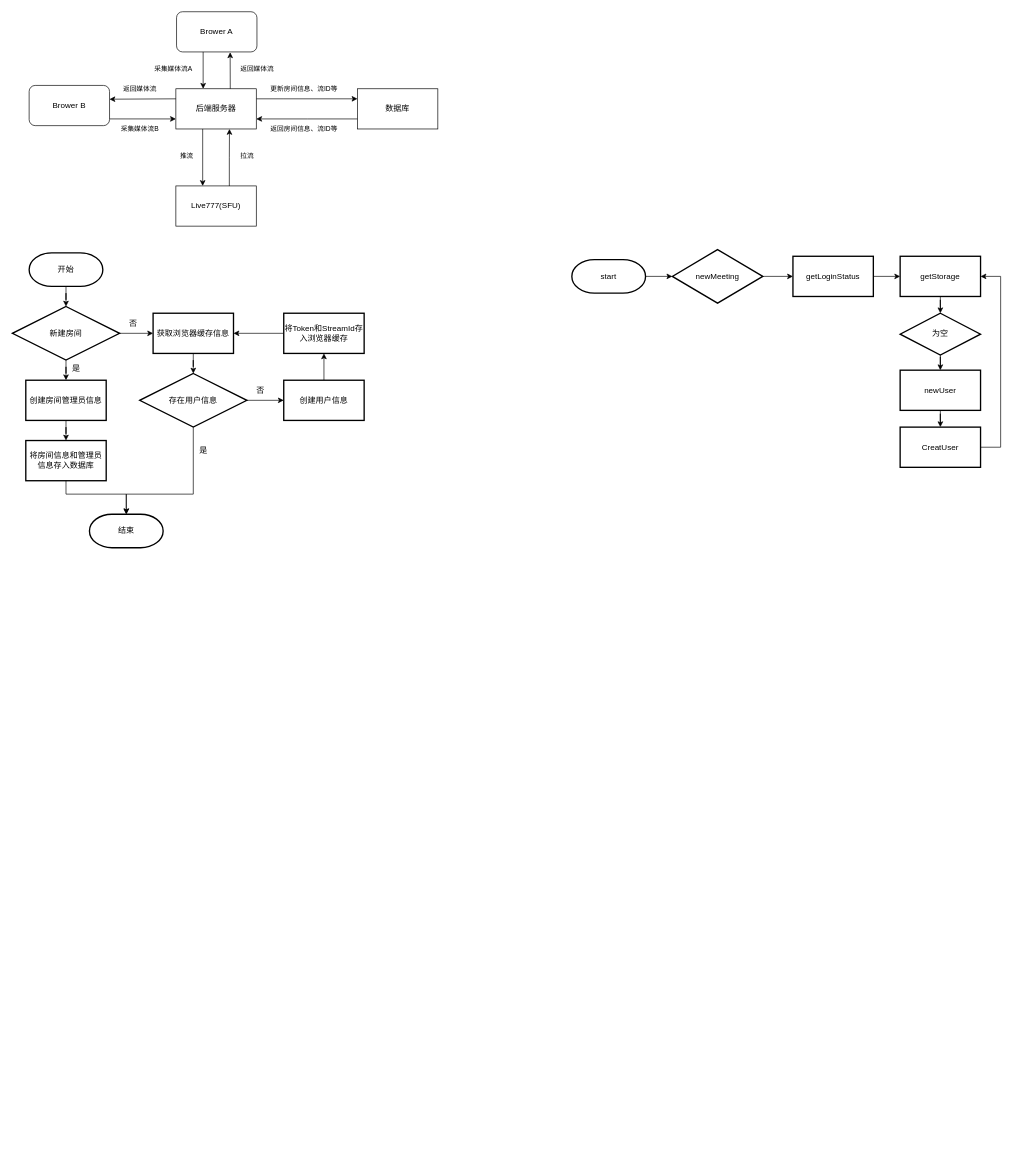
Earlier version of the draw.io diagram webrtc.drawio (xdzqyyds/draw.io). Source tidied: cells renumbered, new cells numbered last; positions are measured from the earlier drawing's top-left corner, leaving out a move shared by most shapes. Both pictures are drawn from the tidied source at 67%, with x=0, y=0 at pixel (12, 11).
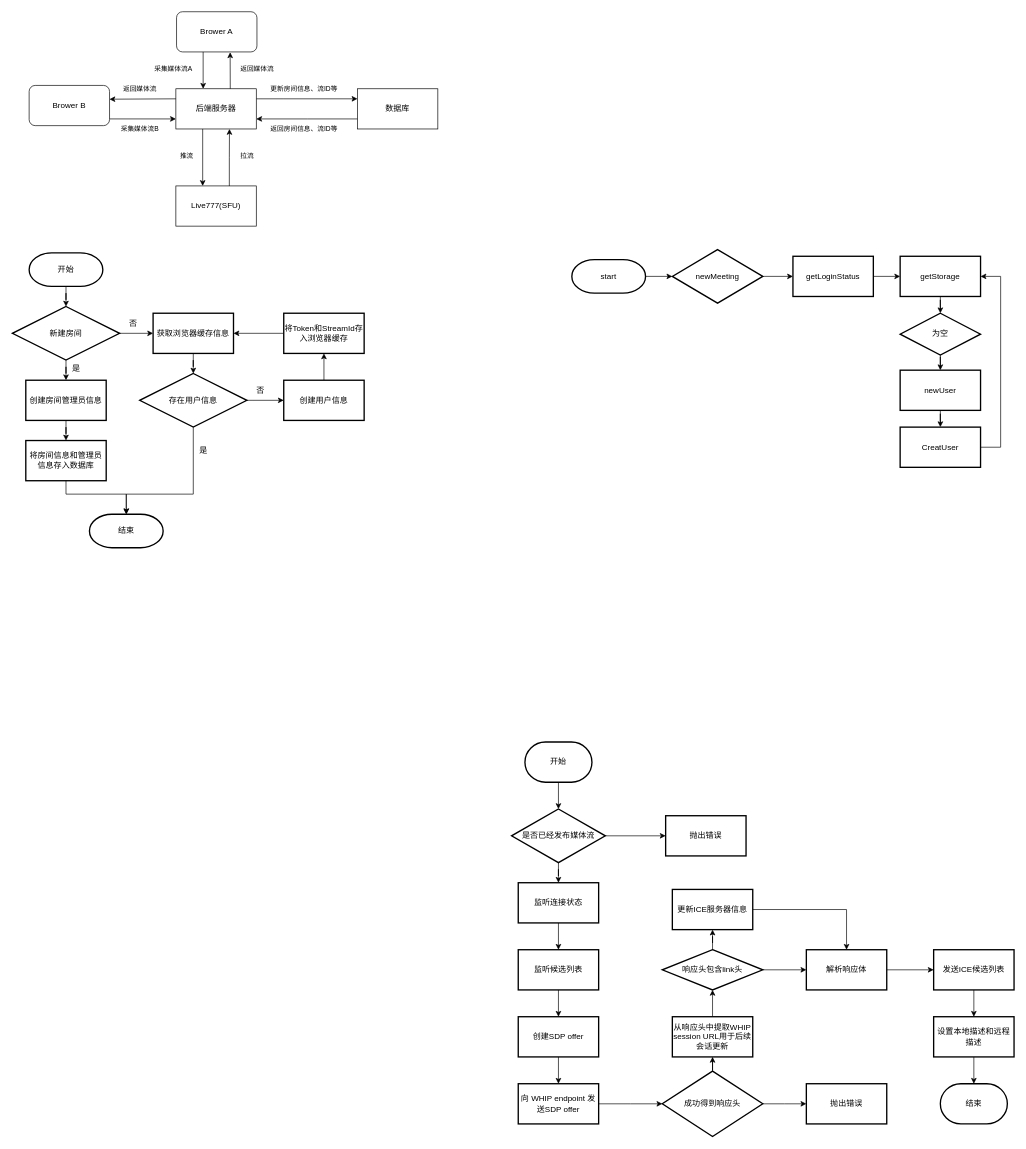
The same page after the edit.

The edit, as a diff of the source:
```diff
@@
+    <mxCell id="60" style="edgeStyle=orthogonalEdgeStyle;rounded=0;jettySize=auto;html=1;" parent="1" edge="1" source="61" target="64">
+      <mxGeometry relative="1" as="geometry" />
+    </mxCell>
+    <mxCell id="61" value="开始" style="strokeWidth=2;html=1;shape=mxgraph.flowchart.terminator;whiteSpace=wrap;" parent="1" vertex="1">
+      <mxGeometry x="765" y="1090" width="100" height="60" as="geometry" />
+    </mxCell>
+    <mxCell id="62" style="edgeStyle=orthogonalEdgeStyle;rounded=0;jettySize=auto;html=1;" parent="1" edge="1" source="64" target="66">
+      <mxGeometry relative="1" as="geometry" />
+    </mxCell>
+    <mxCell id="63" style="edgeStyle=orthogonalEdgeStyle;rounded=0;jettySize=auto;html=1;" parent="1" edge="1" source="64" target="67">
+      <mxGeometry relative="1" as="geometry" />
+    </mxCell>
+    <mxCell id="64" value="是否已经发布媒体流" style="rhombus;whiteSpace=wrap;html=1;strokeWidth=2;" parent="1" vertex="1">
+      <mxGeometry x="745" y="1190" width="140" height="80" as="geometry" />
+    </mxCell>
+    <mxCell id="65" style="edgeStyle=orthogonalEdgeStyle;rounded=0;jettySize=auto;html=1;" parent="1" edge="1" source="66" target="69">
+      <mxGeometry relative="1" as="geometry" />
+    </mxCell>
+    <mxCell id="66" value="监听连接状态" style="whiteSpace=wrap;html=1;strokeWidth=2;" parent="1" vertex="1">
+      <mxGeometry x="755" y="1300" width="120" height="60" as="geometry" />
+    </mxCell>
+    <mxCell id="67" value="抛出错误" style="whiteSpace=wrap;html=1;strokeWidth=2;" parent="1" vertex="1">
+      <mxGeometry x="975" y="1200" width="120" height="60" as="geometry" />
+    </mxCell>
+    <mxCell id="68" style="edgeStyle=orthogonalEdgeStyle;rounded=0;jettySize=auto;html=1;" parent="1" edge="1" source="69" target="71">
+      <mxGeometry relative="1" as="geometry" />
+    </mxCell>
+    <mxCell id="69" value="监听候选列表" style="whiteSpace=wrap;html=1;strokeWidth=2;" parent="1" vertex="1">
+      <mxGeometry x="755" y="1400" width="120" height="60" as="geometry" />
+    </mxCell>
+    <mxCell id="70" style="edgeStyle=orthogonalEdgeStyle;rounded=0;jettySize=auto;html=1;" parent="1" edge="1" source="71" target="73">
+      <mxGeometry relative="1" as="geometry" />
+    </mxCell>
+    <mxCell id="71" value="创建SDP offer" style="whiteSpace=wrap;html=1;strokeWidth=2;" parent="1" vertex="1">
+      <mxGeometry x="755" y="1500" width="120" height="60" as="geometry" />
+    </mxCell>
+    <mxCell id="72" style="edgeStyle=orthogonalEdgeStyle;rounded=0;jettySize=auto;html=1;" parent="1" edge="1" source="73" target="76">
+      <mxGeometry relative="1" as="geometry" />
+    </mxCell>
+    <mxCell id="73" value="向 WHIP endpoint 发送SDP offer" style="whiteSpace=wrap;html=1;strokeWidth=2;" parent="1" vertex="1">
+      <mxGeometry x="755" y="1600" width="120" height="60" as="geometry" />
+    </mxCell>
+    <mxCell id="74" style="edgeStyle=orthogonalEdgeStyle;rounded=0;jettySize=auto;html=1;" parent="1" edge="1" source="76" target="78">
+      <mxGeometry relative="1" as="geometry" />
+    </mxCell>
+    <mxCell id="75" style="edgeStyle=orthogonalEdgeStyle;rounded=0;jettySize=auto;html=1;" parent="1" edge="1" source="76" target="89">
+      <mxGeometry relative="1" as="geometry" />
+    </mxCell>
+    <mxCell id="76" value="成功得到响应头" style="rhombus;whiteSpace=wrap;html=1;strokeWidth=2;" parent="1" vertex="1">
+      <mxGeometry x="970" y="1581.2" width="150" height="97.5" as="geometry" />
+    </mxCell>
+    <mxCell id="77" style="edgeStyle=orthogonalEdgeStyle;rounded=0;jettySize=auto;html=1;" parent="1" edge="1" source="78" target="81">
+      <mxGeometry relative="1" as="geometry" />
+    </mxCell>
+    <mxCell id="78" value="从响应头中提取WHIP session URL用于后续会话更新" style="whiteSpace=wrap;html=1;strokeWidth=2;" parent="1" vertex="1">
+      <mxGeometry x="985" y="1500" width="120" height="60" as="geometry" />
+    </mxCell>
+    <mxCell id="79" style="edgeStyle=orthogonalEdgeStyle;rounded=0;jettySize=auto;html=1;" parent="1" edge="1" source="81" target="83">
+      <mxGeometry relative="1" as="geometry" />
+    </mxCell>
+    <mxCell id="80" style="edgeStyle=orthogonalEdgeStyle;rounded=0;jettySize=auto;html=1;" parent="1" edge="1" source="81" target="85">
+      <mxGeometry relative="1" as="geometry" />
+    </mxCell>
+    <mxCell id="81" value="响应头包含link头" style="strokeWidth=2;html=1;shape=mxgraph.flowchart.decision;whiteSpace=wrap;" parent="1" vertex="1">
+      <mxGeometry x="970" y="1400" width="150" height="60" as="geometry" />
+    </mxCell>
+    <mxCell id="82" style="edgeStyle=orthogonalEdgeStyle;rounded=0;jettySize=auto;html=1;entryX=0.5;entryY=0;entryDx=0;entryDy=0;" parent="1" edge="1" source="83" target="85">
+      <mxGeometry relative="1" as="geometry" />
+    </mxCell>
+    <mxCell id="83" value="更新ICE服务器信息" style="whiteSpace=wrap;html=1;strokeWidth=2;" parent="1" vertex="1">
+      <mxGeometry x="985" y="1310" width="120" height="60" as="geometry" />
+    </mxCell>
+    <mxCell id="84" style="edgeStyle=orthogonalEdgeStyle;rounded=0;jettySize=auto;html=1;" parent="1" edge="1" source="85" target="91">
+      <mxGeometry relative="1" as="geometry" />
+    </mxCell>
+    <mxCell id="85" value="解析响应体" style="whiteSpace=wrap;html=1;strokeWidth=2;" parent="1" vertex="1">
+      <mxGeometry x="1185" y="1400" width="120" height="60" as="geometry" />
+    </mxCell>
+    <mxCell id="86" style="edgeStyle=orthogonalEdgeStyle;rounded=0;jettySize=auto;html=1;entryX=0.5;entryY=0;entryDx=0;entryDy=0;entryPerimeter=0;" parent="1" edge="1" source="87" target="88">
+      <mxGeometry relative="1" as="geometry" />
+    </mxCell>
+    <mxCell id="87" value="设置本地描述和远程描述" style="whiteSpace=wrap;html=1;strokeWidth=2;" parent="1" vertex="1">
+      <mxGeometry x="1375" y="1500" width="120" height="60" as="geometry" />
+    </mxCell>
+    <mxCell id="88" value="结束" style="strokeWidth=2;html=1;shape=mxgraph.flowchart.terminator;whiteSpace=wrap;" parent="1" vertex="1">
+      <mxGeometry x="1385" y="1600" width="100" height="60" as="geometry" />
+    </mxCell>
+    <mxCell id="89" value="抛出错误" style="whiteSpace=wrap;html=1;strokeWidth=2;" parent="1" vertex="1">
+      <mxGeometry x="1185" y="1600" width="120" height="60" as="geometry" />
+    </mxCell>
+    <mxCell id="90" style="edgeStyle=orthogonalEdgeStyle;rounded=0;jettySize=auto;html=1;" parent="1" edge="1" source="91" target="87">
+      <mxGeometry relative="1" as="geometry" />
+    </mxCell>
+    <mxCell id="91" value="发送ICE候选列表" style="whiteSpace=wrap;html=1;strokeWidth=2;" parent="1" vertex="1">
+      <mxGeometry x="1375" y="1400" width="120" height="60" as="geometry" />
+    </mxCell>
```
